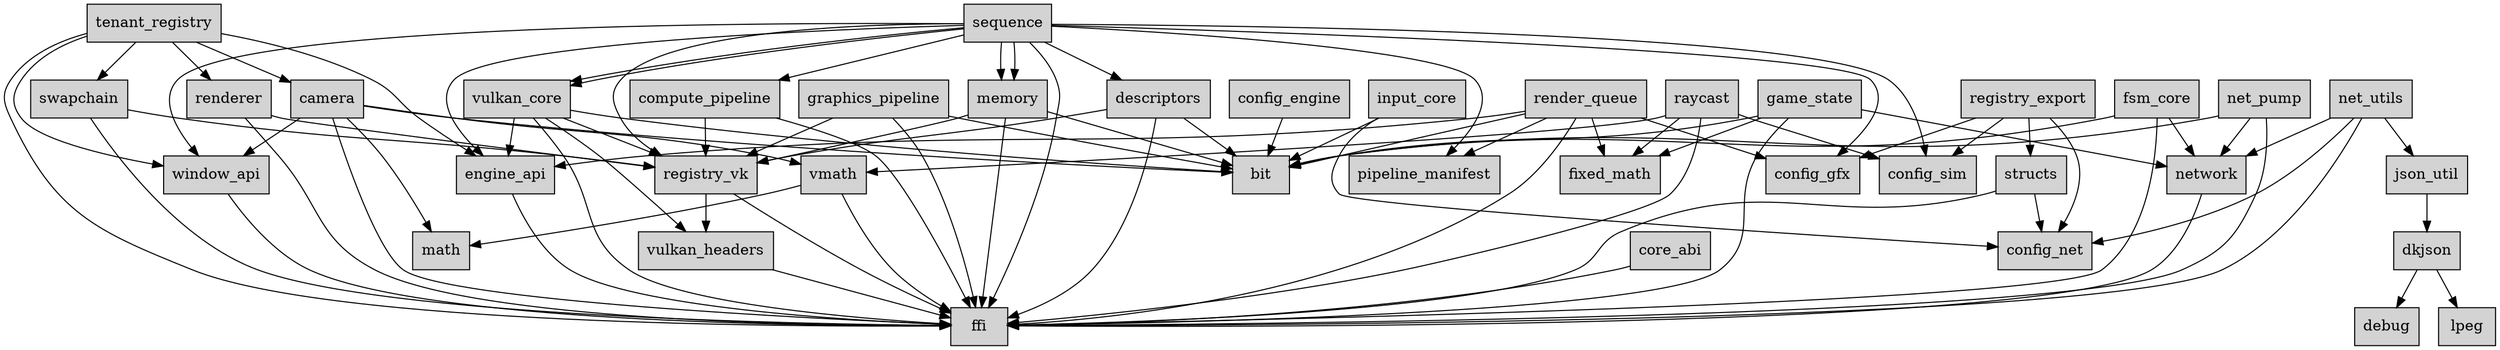
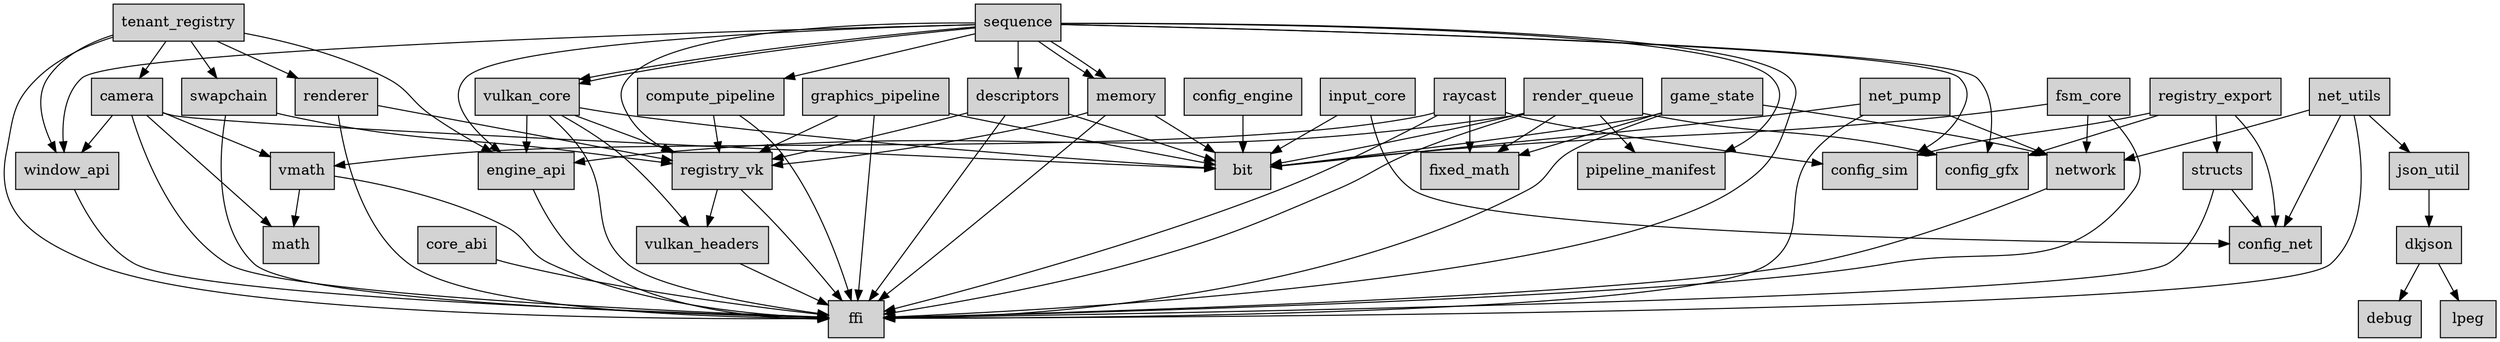
digraph WeaverEngine {
  node [shape=box, style=filled, fillcolor=lightgray];
+   "json_util" -> "dkjson";
+   "game_state" -> "ffi";
+   "game_state" -> "bit";
+   "game_state" -> "network";
+   "game_state" -> "fixed_math";
+   "config_net";
+   "renderer" -> "ffi";
+   "renderer" -> "registry_vk";
+   "pipeline_manifest";
+   "raycast" -> "ffi";
+   "raycast" -> "vmath";
+   "raycast" -> "fixed_math";
+   "raycast" -> "config_sim";
+   "network" -> "ffi";
+   "net_pump" -> "ffi";
+   "net_pump" -> "bit";
+   "net_pump" -> "network";
+   "compute_pipeline" -> "ffi";
+   "compute_pipeline" -> "registry_vk";
+   "input_core" -> "bit";
+   "input_core" -> "config_net";
+   "registry_vk" -> "ffi";
+   "registry_vk" -> "vulkan_headers";
+   "vulkan_core" -> "ffi";
+   "vulkan_core" -> "bit";
+   "vulkan_core" -> "vulkan_headers";
+   "vulkan_core" -> "registry_vk";
+   "vulkan_core" -> "engine_api";
+   "core_abi" -> "ffi";
+   "descriptors" -> "ffi";
+   "descriptors" -> "bit";
+   "descriptors" -> "registry_vk";
+   "swapchain" -> "ffi";
+   "swapchain" -> "registry_vk";
+   "graphics_pipeline" -> "ffi";
+   "graphics_pipeline" -> "bit";
+   "graphics_pipeline" -> "registry_vk";
+   "camera" -> "ffi";
+   "camera" -> "math";
+   "camera" -> "bit";
+   "camera" -> "vmath";
+   "camera" -> "window_api";
+   "config_gfx";
+   "dkjson" -> "debug";
+   "dkjson" -> "lpeg";
+   "structs" -> "ffi";
+   "structs" -> "config_net";
+   "window_api" -> "ffi";
+   "config_engine" -> "bit";
  "sequence" -> "ffi";
  "sequence" -> "registry_vk";
  "sequence" -> "pipeline_manifest";
  "sequence" -> "window_api";
  "sequence" -> "engine_api";
  "sequence" -> "config_gfx";
  "sequence" -> "config_sim";
  "sequence" -> "vulkan_core";
  "sequence" -> "vulkan_core";
  "sequence" -> "memory";
  "sequence" -> "descriptors";
  "sequence" -> "memory";
  "sequence" -> "compute_pipeline";
-   "network" -> "ffi";
-   "raycast" -> "ffi";
-   "raycast" -> "vmath";
-   "raycast" -> "fixed_math";
-   "raycast" -> "config_sim";
-   "engine_api" -> "ffi";
-   "camera" -> "ffi";
-   "camera" -> "math";
-   "camera" -> "bit";
-   "camera" -> "vmath";
-   "camera" -> "window_api";
+   "memory" -> "ffi";
+   "memory" -> "bit";
+   "memory" -> "registry_vk";
  "config_sim";
+   "fsm_core" -> "network";
+   "fsm_core" -> "bit";
+   "fsm_core" -> "ffi";
+   "net_utils" -> "ffi";
+   "net_utils" -> "json_util";
+   "net_utils" -> "config_net";
+   "net_utils" -> "network";
  "registry_export" -> "structs";
  "registry_export" -> "config_gfx";
  "registry_export" -> "config_sim";
  "registry_export" -> "config_net";
-   "config_net";
-   "fsm_core" -> "network";
-   "fsm_core" -> "bit";
-   "fsm_core" -> "ffi";
-   "descriptors" -> "ffi";
-   "descriptors" -> "bit";
-   "descriptors" -> "registry_vk";
-   "pipeline_manifest";
-   "core_abi" -> "ffi";
-   "registry_vk" -> "ffi";
-   "registry_vk" -> "vulkan_headers";
-   "config_gfx";
-   "memory" -> "ffi";
-   "memory" -> "bit";
-   "memory" -> "registry_vk";
-   "net_utils" -> "ffi";
-   "net_utils" -> "json_util";
-   "net_utils" -> "config_net";
-   "net_utils" -> "network";
-   "vulkan_core" -> "ffi";
-   "vulkan_core" -> "bit";
-   "vulkan_core" -> "vulkan_headers";
-   "vulkan_core" -> "registry_vk";
-   "vulkan_core" -> "engine_api";
-   "renderer" -> "ffi";
-   "renderer" -> "registry_vk";
-   "dkjson" -> "debug";
-   "dkjson" -> "lpeg";
-   "structs" -> "ffi";
-   "structs" -> "config_net";
-   "json_util" -> "dkjson";
-   "config_engine" -> "bit";
+   "fixed_math";
+   "vulkan_headers" -> "ffi";
+   "vmath" -> "ffi";
+   "vmath" -> "math";
+   "engine_api" -> "ffi";
  "tenant_registry" -> "ffi";
  "tenant_registry" -> "window_api";
  "tenant_registry" -> "engine_api";
  "tenant_registry" -> "swapchain";
  "tenant_registry" -> "renderer";
  "tenant_registry" -> "camera";
-   "swapchain" -> "ffi";
-   "swapchain" -> "registry_vk";
  "render_queue" -> "ffi";
  "render_queue" -> "pipeline_manifest";
  "render_queue" -> "bit";
  "render_queue" -> "fixed_math";
  "render_queue" -> "engine_api";
  "render_queue" -> "config_gfx";
-   "graphics_pipeline" -> "ffi";
-   "graphics_pipeline" -> "bit";
-   "graphics_pipeline" -> "registry_vk";
-   "input_core" -> "bit";
-   "input_core" -> "config_net";
-   "net_pump" -> "ffi";
-   "net_pump" -> "bit";
-   "net_pump" -> "network";
-   "window_api" -> "ffi";
-   "vulkan_headers" -> "ffi";
-   "fixed_math";
-   "game_state" -> "ffi";
-   "game_state" -> "bit";
-   "game_state" -> "network";
-   "game_state" -> "fixed_math";
-   "vmath" -> "ffi";
-   "vmath" -> "math";
-   "compute_pipeline" -> "ffi";
-   "compute_pipeline" -> "registry_vk";
}